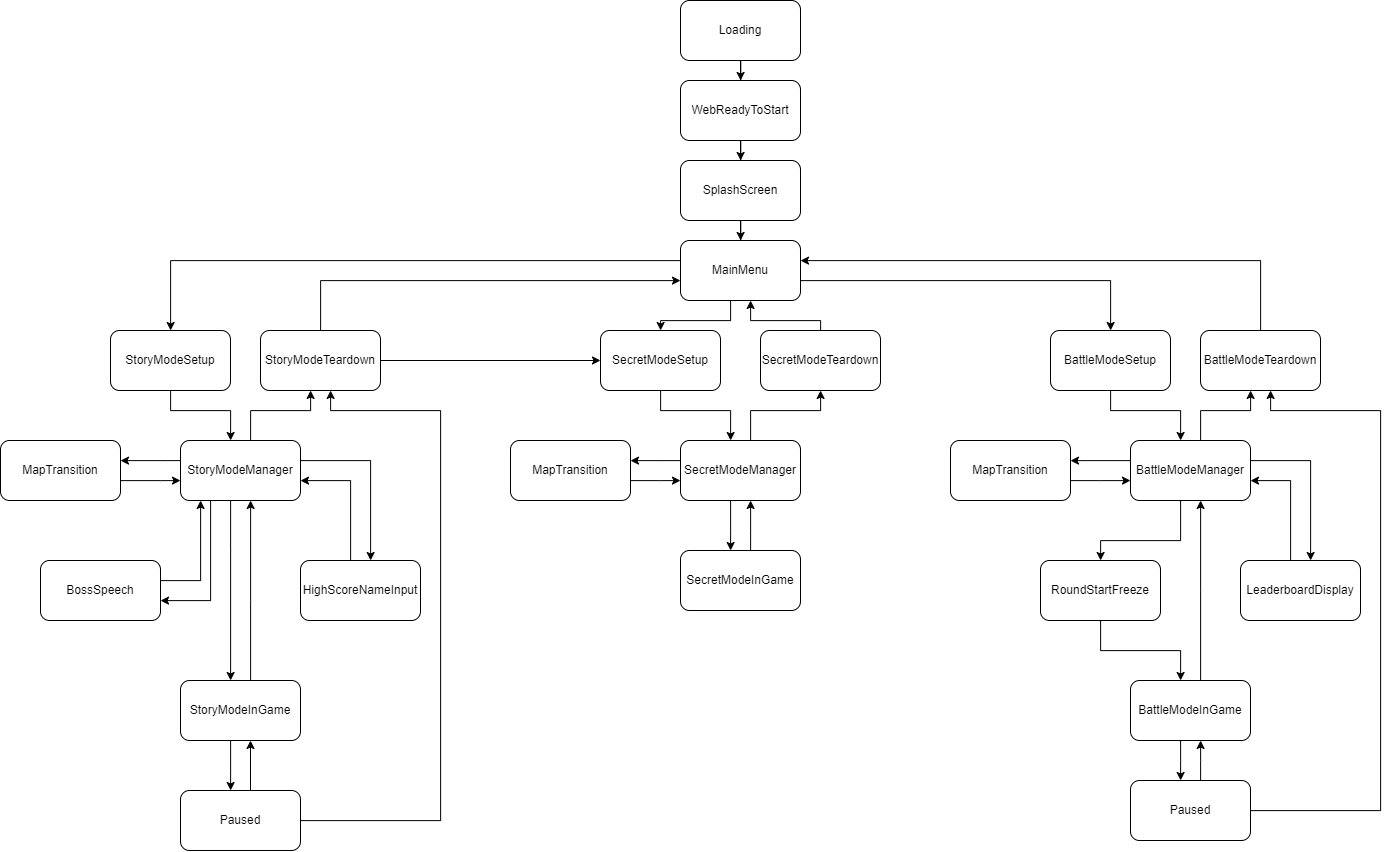
This is doc/states.drawio.png from aleksa2808/ascii-bomb-ecs, a draw.io export, as it was before one commit. Source tidied: cells renumbered, new cells last; positions are measured from the earlier drawing's top-left corner, leaving out a move shared by most shapes. Source of this version:
```xml
<mxGraphModel>
  <root>
    <mxCell id="0" />
    <mxCell id="1" parent="0" />
    <mxCell id="2" style="edgeStyle=orthogonalEdgeStyle;rounded=0;jettySize=auto;html=1;" parent="1" edge="1" source="3" target="5">
      <mxGeometry relative="1" as="geometry" />
    </mxCell>
    <mxCell id="3" value="Loading" style="rounded=1;whiteSpace=wrap;html=1;" parent="1" vertex="1">
      <mxGeometry x="680" width="120" height="60" as="geometry" />
    </mxCell>
    <mxCell id="4" style="edgeStyle=orthogonalEdgeStyle;rounded=0;jettySize=auto;html=1;" parent="1" edge="1" source="5" target="7">
      <mxGeometry relative="1" as="geometry" />
    </mxCell>
    <mxCell id="5" value="WebReadyToStart" style="rounded=1;whiteSpace=wrap;html=1;" parent="1" vertex="1">
      <mxGeometry x="680" y="80" width="120" height="60" as="geometry" />
    </mxCell>
    <mxCell id="6" style="edgeStyle=orthogonalEdgeStyle;rounded=0;jettySize=auto;html=1;" parent="1" edge="1" source="7" target="11">
      <mxGeometry relative="1" as="geometry" />
    </mxCell>
    <mxCell id="7" value="SplashScreen" style="rounded=1;whiteSpace=wrap;html=1;" parent="1" vertex="1">
      <mxGeometry x="680" y="160" width="120" height="60" as="geometry" />
    </mxCell>
    <mxCell id="8" style="edgeStyle=orthogonalEdgeStyle;rounded=0;jettySize=auto;html=1;" parent="1" edge="1" source="11" target="13">
      <mxGeometry relative="1" as="geometry">
        <Array as="points">
          <mxPoint x="170" y="260" />
        </Array>
      </mxGeometry>
    </mxCell>
    <mxCell id="9" style="edgeStyle=orthogonalEdgeStyle;rounded=0;jettySize=auto;html=1;" parent="1" edge="1" source="11" target="33">
      <mxGeometry relative="1" as="geometry">
        <Array as="points">
          <mxPoint x="1110" y="280" />
        </Array>
      </mxGeometry>
    </mxCell>
    <mxCell id="10" style="edgeStyle=orthogonalEdgeStyle;rounded=0;jettySize=auto;html=1;" parent="1" edge="1" source="11" target="57">
      <mxGeometry relative="1" as="geometry">
        <Array as="points">
          <mxPoint x="730" y="320" />
          <mxPoint x="660" y="320" />
        </Array>
      </mxGeometry>
    </mxCell>
    <mxCell id="11" value="MainMenu" style="rounded=1;whiteSpace=wrap;html=1;" parent="1" vertex="1">
      <mxGeometry x="680" y="240" width="120" height="60" as="geometry" />
    </mxCell>
    <mxCell id="12" style="edgeStyle=orthogonalEdgeStyle;rounded=0;jettySize=auto;html=1;" parent="1" edge="1" source="13" target="19">
      <mxGeometry relative="1" as="geometry">
        <Array as="points">
          <mxPoint x="170" y="410" />
          <mxPoint x="230" y="410" />
        </Array>
      </mxGeometry>
    </mxCell>
    <mxCell id="13" value="StoryModeSetup" style="rounded=1;whiteSpace=wrap;html=1;" parent="1" vertex="1">
      <mxGeometry x="110" y="330" width="120" height="60" as="geometry" />
    </mxCell>
    <mxCell id="14" style="edgeStyle=orthogonalEdgeStyle;rounded=0;jettySize=auto;html=1;" parent="1" edge="1" source="19" target="24">
      <mxGeometry relative="1" as="geometry">
        <Array as="points">
          <mxPoint x="160" y="460" />
          <mxPoint x="160" y="460" />
        </Array>
      </mxGeometry>
    </mxCell>
    <mxCell id="15" style="edgeStyle=orthogonalEdgeStyle;rounded=0;jettySize=auto;html=1;" parent="1" edge="1" source="19" target="22">
      <mxGeometry relative="1" as="geometry">
        <Array as="points">
          <mxPoint x="230" y="550" />
          <mxPoint x="230" y="550" />
        </Array>
      </mxGeometry>
    </mxCell>
    <mxCell id="16" style="edgeStyle=orthogonalEdgeStyle;rounded=0;jettySize=auto;html=1;" parent="1" edge="1" source="19" target="26">
      <mxGeometry relative="1" as="geometry">
        <Array as="points">
          <mxPoint x="210" y="600" />
        </Array>
      </mxGeometry>
    </mxCell>
    <mxCell id="17" style="edgeStyle=orthogonalEdgeStyle;rounded=0;jettySize=auto;html=1;" parent="1" edge="1" source="19" target="28">
      <mxGeometry relative="1" as="geometry">
        <Array as="points">
          <mxPoint x="370" y="460" />
        </Array>
      </mxGeometry>
    </mxCell>
    <mxCell id="18" style="edgeStyle=orthogonalEdgeStyle;rounded=0;jettySize=auto;html=1;" parent="1" edge="1" source="19" target="31">
      <mxGeometry relative="1" as="geometry">
        <Array as="points">
          <mxPoint x="250" y="410" />
          <mxPoint x="310" y="410" />
        </Array>
      </mxGeometry>
    </mxCell>
    <mxCell id="19" value="StoryModeManager" style="rounded=1;whiteSpace=wrap;html=1;" parent="1" vertex="1">
      <mxGeometry x="180" y="440" width="120" height="60" as="geometry" />
    </mxCell>
    <mxCell id="20" style="edgeStyle=orthogonalEdgeStyle;rounded=0;jettySize=auto;html=1;" parent="1" edge="1" source="22" target="19">
      <mxGeometry relative="1" as="geometry">
        <Array as="points">
          <mxPoint x="250" y="600" />
          <mxPoint x="250" y="600" />
        </Array>
      </mxGeometry>
    </mxCell>
    <mxCell id="21" style="edgeStyle=orthogonalEdgeStyle;rounded=0;jettySize=auto;html=1;" parent="1" edge="1" source="22" target="52">
      <mxGeometry relative="1" as="geometry">
        <Array as="points">
          <mxPoint x="230" y="770" />
          <mxPoint x="230" y="770" />
        </Array>
      </mxGeometry>
    </mxCell>
    <mxCell id="22" value="StoryModeInGame" style="rounded=1;whiteSpace=wrap;html=1;" parent="1" vertex="1">
      <mxGeometry x="180" y="680" width="120" height="60" as="geometry" />
    </mxCell>
    <mxCell id="23" style="edgeStyle=orthogonalEdgeStyle;rounded=0;jettySize=auto;html=1;" parent="1" edge="1" source="24" target="19">
      <mxGeometry relative="1" as="geometry">
        <Array as="points">
          <mxPoint x="160" y="480" />
          <mxPoint x="160" y="480" />
        </Array>
      </mxGeometry>
    </mxCell>
    <mxCell id="24" value="MapTransition" style="rounded=1;whiteSpace=wrap;html=1;" parent="1" vertex="1">
      <mxGeometry y="440" width="120" height="60" as="geometry" />
    </mxCell>
    <mxCell id="25" style="edgeStyle=orthogonalEdgeStyle;rounded=0;jettySize=auto;html=1;" parent="1" edge="1" source="26" target="19">
      <mxGeometry relative="1" as="geometry">
        <Array as="points">
          <mxPoint x="200" y="580" />
        </Array>
      </mxGeometry>
    </mxCell>
    <mxCell id="26" value="BossSpeech" style="rounded=1;whiteSpace=wrap;html=1;" parent="1" vertex="1">
      <mxGeometry x="40" y="560" width="120" height="60" as="geometry" />
    </mxCell>
    <mxCell id="27" style="edgeStyle=orthogonalEdgeStyle;rounded=0;jettySize=auto;html=1;" parent="1" edge="1" source="28" target="19">
      <mxGeometry relative="1" as="geometry">
        <Array as="points">
          <mxPoint x="350" y="480" />
        </Array>
      </mxGeometry>
    </mxCell>
    <mxCell id="28" value="HighScoreNameInput" style="rounded=1;whiteSpace=wrap;html=1;" parent="1" vertex="1">
      <mxGeometry x="300" y="560" width="120" height="60" as="geometry" />
    </mxCell>
    <mxCell id="29" style="edgeStyle=orthogonalEdgeStyle;rounded=0;jettySize=auto;html=1;" parent="1" edge="1" source="31" target="11">
      <mxGeometry relative="1" as="geometry">
        <Array as="points">
          <mxPoint x="320" y="280" />
        </Array>
      </mxGeometry>
    </mxCell>
    <mxCell id="30" style="edgeStyle=orthogonalEdgeStyle;rounded=0;jettySize=auto;html=1;" parent="1" edge="1" source="31" target="57">
      <mxGeometry relative="1" as="geometry" />
    </mxCell>
    <mxCell id="31" value="StoryModeTeardown" style="rounded=1;whiteSpace=wrap;html=1;" parent="1" vertex="1">
      <mxGeometry x="260" y="330" width="120" height="60" as="geometry" />
    </mxCell>
    <mxCell id="32" style="edgeStyle=orthogonalEdgeStyle;rounded=0;jettySize=auto;html=1;" parent="1" edge="1" source="33" target="38">
      <mxGeometry relative="1" as="geometry">
        <Array as="points">
          <mxPoint x="1110" y="410" />
          <mxPoint x="1180" y="410" />
        </Array>
      </mxGeometry>
    </mxCell>
    <mxCell id="33" value="BattleModeSetup" style="rounded=1;whiteSpace=wrap;html=1;" parent="1" vertex="1">
      <mxGeometry x="1050" y="330" width="120" height="60" as="geometry" />
    </mxCell>
    <mxCell id="34" style="edgeStyle=orthogonalEdgeStyle;rounded=0;jettySize=auto;html=1;" parent="1" edge="1" source="38" target="43">
      <mxGeometry relative="1" as="geometry">
        <Array as="points">
          <mxPoint x="1080" y="460" />
          <mxPoint x="1080" y="460" />
        </Array>
      </mxGeometry>
    </mxCell>
    <mxCell id="35" style="edgeStyle=orthogonalEdgeStyle;rounded=0;jettySize=auto;html=1;" parent="1" edge="1" source="38" target="45">
      <mxGeometry relative="1" as="geometry">
        <Array as="points">
          <mxPoint x="1180" y="540" />
          <mxPoint x="1100" y="540" />
        </Array>
      </mxGeometry>
    </mxCell>
    <mxCell id="36" style="edgeStyle=orthogonalEdgeStyle;rounded=0;jettySize=auto;html=1;" parent="1" edge="1" source="38" target="47">
      <mxGeometry relative="1" as="geometry">
        <Array as="points">
          <mxPoint x="1310" y="460" />
        </Array>
      </mxGeometry>
    </mxCell>
    <mxCell id="37" style="edgeStyle=orthogonalEdgeStyle;rounded=0;jettySize=auto;html=1;" parent="1" edge="1" source="38" target="49">
      <mxGeometry relative="1" as="geometry">
        <Array as="points">
          <mxPoint x="1200" y="410" />
          <mxPoint x="1250" y="410" />
        </Array>
      </mxGeometry>
    </mxCell>
    <mxCell id="38" value="BattleModeManager" style="rounded=1;whiteSpace=wrap;html=1;" parent="1" vertex="1">
      <mxGeometry x="1130" y="440" width="120" height="60" as="geometry" />
    </mxCell>
    <mxCell id="39" style="edgeStyle=orthogonalEdgeStyle;rounded=0;jettySize=auto;html=1;" parent="1" edge="1" source="41" target="38">
      <mxGeometry relative="1" as="geometry">
        <Array as="points">
          <mxPoint x="1200" y="590" />
          <mxPoint x="1200" y="590" />
        </Array>
      </mxGeometry>
    </mxCell>
    <mxCell id="40" style="edgeStyle=orthogonalEdgeStyle;rounded=0;jettySize=auto;html=1;" parent="1" edge="1" source="41" target="55">
      <mxGeometry relative="1" as="geometry">
        <Array as="points">
          <mxPoint x="1180" y="760" />
          <mxPoint x="1180" y="760" />
        </Array>
      </mxGeometry>
    </mxCell>
    <mxCell id="41" value="BattleModeInGame" style="rounded=1;whiteSpace=wrap;html=1;" parent="1" vertex="1">
      <mxGeometry x="1130" y="680" width="120" height="60" as="geometry" />
    </mxCell>
    <mxCell id="42" style="edgeStyle=orthogonalEdgeStyle;rounded=0;jettySize=auto;html=1;" parent="1" edge="1" source="43" target="38">
      <mxGeometry relative="1" as="geometry">
        <Array as="points">
          <mxPoint x="1100" y="480" />
          <mxPoint x="1100" y="480" />
        </Array>
      </mxGeometry>
    </mxCell>
    <mxCell id="43" value="MapTransition" style="rounded=1;whiteSpace=wrap;html=1;" parent="1" vertex="1">
      <mxGeometry x="950" y="440" width="120" height="60" as="geometry" />
    </mxCell>
    <mxCell id="44" style="edgeStyle=orthogonalEdgeStyle;rounded=0;jettySize=auto;html=1;" parent="1" edge="1" source="45" target="41">
      <mxGeometry relative="1" as="geometry">
        <Array as="points">
          <mxPoint x="1100" y="650" />
          <mxPoint x="1180" y="650" />
        </Array>
      </mxGeometry>
    </mxCell>
    <mxCell id="45" value="RoundStartFreeze" style="rounded=1;whiteSpace=wrap;html=1;" parent="1" vertex="1">
      <mxGeometry x="1040" y="560" width="120" height="60" as="geometry" />
    </mxCell>
    <mxCell id="46" style="edgeStyle=orthogonalEdgeStyle;rounded=0;jettySize=auto;html=1;" parent="1" edge="1" source="47" target="38">
      <mxGeometry relative="1" as="geometry">
        <Array as="points">
          <mxPoint x="1290" y="480" />
        </Array>
      </mxGeometry>
    </mxCell>
    <mxCell id="47" value="LeaderboardDisplay" style="rounded=1;whiteSpace=wrap;html=1;" parent="1" vertex="1">
      <mxGeometry x="1240" y="560" width="120" height="60" as="geometry" />
    </mxCell>
    <mxCell id="48" style="edgeStyle=orthogonalEdgeStyle;rounded=0;jettySize=auto;html=1;" parent="1" edge="1" source="49" target="11">
      <mxGeometry relative="1" as="geometry">
        <Array as="points">
          <mxPoint x="1260" y="260" />
        </Array>
      </mxGeometry>
    </mxCell>
    <mxCell id="49" value="BattleModeTeardown" style="rounded=1;whiteSpace=wrap;html=1;" parent="1" vertex="1">
      <mxGeometry x="1200" y="330" width="120" height="60" as="geometry" />
    </mxCell>
    <mxCell id="50" style="edgeStyle=orthogonalEdgeStyle;rounded=0;orthogonalLoop=1;jettySize=auto;html=1;" parent="1" edge="1">
      <mxGeometry relative="1" as="geometry">
        <mxPoint x="250" y="790" as="sourcePoint" />
        <mxPoint x="250" y="740" as="targetPoint" />
      </mxGeometry>
    </mxCell>
    <mxCell id="51" style="edgeStyle=orthogonalEdgeStyle;rounded=0;jettySize=auto;html=1;" parent="1" edge="1" source="52" target="31">
      <mxGeometry relative="1" as="geometry">
        <Array as="points">
          <mxPoint x="440" y="820" />
          <mxPoint x="440" y="410" />
          <mxPoint x="330" y="410" />
        </Array>
      </mxGeometry>
    </mxCell>
    <mxCell id="52" value="Paused" style="rounded=1;whiteSpace=wrap;html=1;" parent="1" vertex="1">
      <mxGeometry x="180" y="790" width="120" height="60" as="geometry" />
    </mxCell>
    <mxCell id="53" style="edgeStyle=orthogonalEdgeStyle;rounded=0;jettySize=auto;html=1;" parent="1" edge="1" source="55" target="41">
      <mxGeometry relative="1" as="geometry">
        <Array as="points">
          <mxPoint x="1200" y="760" />
          <mxPoint x="1200" y="760" />
        </Array>
      </mxGeometry>
    </mxCell>
    <mxCell id="54" style="edgeStyle=orthogonalEdgeStyle;rounded=0;jettySize=auto;html=1;" parent="1" edge="1" source="55" target="49">
      <mxGeometry relative="1" as="geometry">
        <Array as="points">
          <mxPoint x="1380" y="810" />
          <mxPoint x="1380" y="410" />
          <mxPoint x="1270" y="410" />
        </Array>
      </mxGeometry>
    </mxCell>
    <mxCell id="55" value="Paused" style="rounded=1;whiteSpace=wrap;html=1;" parent="1" vertex="1">
      <mxGeometry x="1130" y="780" width="120" height="60" as="geometry" />
    </mxCell>
    <mxCell id="56" style="edgeStyle=orthogonalEdgeStyle;rounded=0;jettySize=auto;html=1;" parent="1" edge="1" source="57" target="61">
      <mxGeometry relative="1" as="geometry">
        <Array as="points">
          <mxPoint x="660" y="410" />
          <mxPoint x="730" y="410" />
        </Array>
      </mxGeometry>
    </mxCell>
    <mxCell id="57" value="SecretModeSetup" style="rounded=1;whiteSpace=wrap;html=1;" parent="1" vertex="1">
      <mxGeometry x="600" y="330" width="120" height="60" as="geometry" />
    </mxCell>
    <mxCell id="58" style="edgeStyle=orthogonalEdgeStyle;rounded=0;jettySize=auto;html=1;" parent="1" edge="1" source="61" target="65">
      <mxGeometry relative="1" as="geometry">
        <Array as="points">
          <mxPoint x="660" y="460" />
          <mxPoint x="660" y="460" />
        </Array>
      </mxGeometry>
    </mxCell>
    <mxCell id="59" style="edgeStyle=orthogonalEdgeStyle;rounded=0;jettySize=auto;html=1;" parent="1" edge="1" source="61" target="63">
      <mxGeometry relative="1" as="geometry">
        <Array as="points">
          <mxPoint x="730" y="530" />
          <mxPoint x="730" y="530" />
        </Array>
      </mxGeometry>
    </mxCell>
    <mxCell id="60" style="edgeStyle=orthogonalEdgeStyle;rounded=0;jettySize=auto;html=1;" parent="1" edge="1" source="61" target="67">
      <mxGeometry relative="1" as="geometry">
        <Array as="points">
          <mxPoint x="750" y="410" />
          <mxPoint x="820" y="410" />
        </Array>
      </mxGeometry>
    </mxCell>
    <mxCell id="61" value="SecretModeManager" style="rounded=1;whiteSpace=wrap;html=1;" parent="1" vertex="1">
      <mxGeometry x="680" y="440" width="120" height="60" as="geometry" />
    </mxCell>
    <mxCell id="62" style="edgeStyle=orthogonalEdgeStyle;rounded=0;jettySize=auto;html=1;" parent="1" edge="1" source="63" target="61">
      <mxGeometry relative="1" as="geometry">
        <Array as="points">
          <mxPoint x="750" y="530" />
          <mxPoint x="750" y="530" />
        </Array>
      </mxGeometry>
    </mxCell>
    <mxCell id="63" value="SecretModeInGame" style="rounded=1;whiteSpace=wrap;html=1;" parent="1" vertex="1">
      <mxGeometry x="680" y="550" width="120" height="60" as="geometry" />
    </mxCell>
    <mxCell id="64" style="edgeStyle=orthogonalEdgeStyle;rounded=0;jettySize=auto;html=1;" parent="1" edge="1" source="65" target="61">
      <mxGeometry relative="1" as="geometry">
        <Array as="points">
          <mxPoint x="660" y="480" />
          <mxPoint x="660" y="480" />
        </Array>
      </mxGeometry>
    </mxCell>
    <mxCell id="65" value="MapTransition" style="rounded=1;whiteSpace=wrap;html=1;" parent="1" vertex="1">
      <mxGeometry x="510" y="440" width="120" height="60" as="geometry" />
    </mxCell>
    <mxCell id="66" style="edgeStyle=orthogonalEdgeStyle;rounded=0;jettySize=auto;html=1;" parent="1" edge="1" source="67" target="11">
      <mxGeometry relative="1" as="geometry">
        <Array as="points">
          <mxPoint x="820" y="320" />
          <mxPoint x="750" y="320" />
        </Array>
      </mxGeometry>
    </mxCell>
    <mxCell id="67" value="SecretModeTeardown" style="rounded=1;whiteSpace=wrap;html=1;" parent="1" vertex="1">
      <mxGeometry x="760" y="330" width="120" height="60" as="geometry" />
    </mxCell>
  </root>
</mxGraphModel>
```
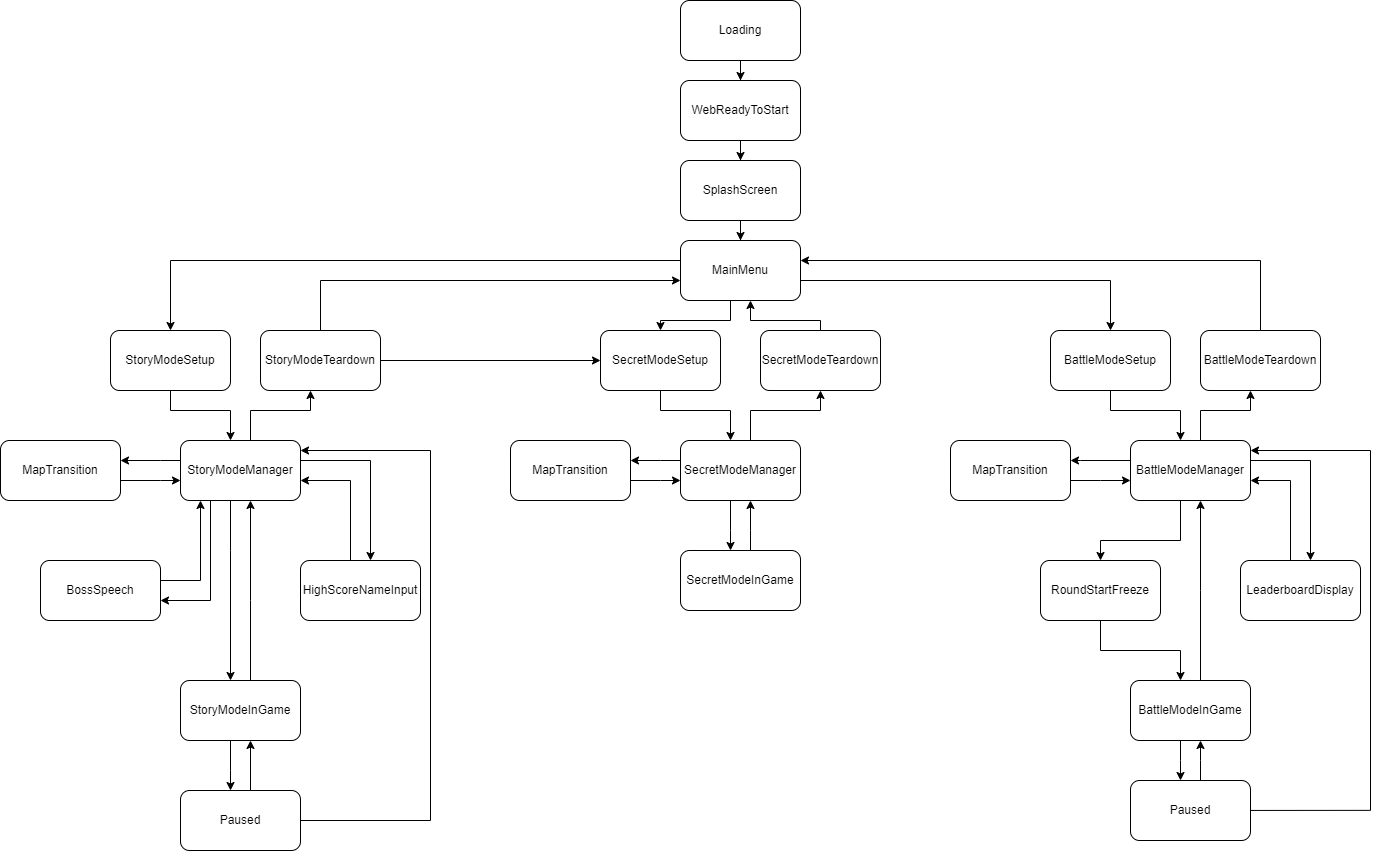
The same diagram one commit later.

The edit, as a diff of the source:
```diff
@@ -272,15 +272,6 @@
         <mxPoint x="250" y="740" as="targetPoint" />
       </mxGeometry>
     </mxCell>
-    <mxCell id="51" style="edgeStyle=orthogonalEdgeStyle;rounded=0;jettySize=auto;html=1;" parent="1" edge="1" source="52" target="31">
-      <mxGeometry relative="1" as="geometry">
-        <Array as="points">
-          <mxPoint x="440" y="820" />
-          <mxPoint x="440" y="410" />
-          <mxPoint x="330" y="410" />
-        </Array>
-      </mxGeometry>
-    </mxCell>
     <mxCell id="52" value="Paused" style="rounded=1;whiteSpace=wrap;html=1;" parent="1" vertex="1">
       <mxGeometry x="180" y="790" width="120" height="60" as="geometry" />
     </mxCell>
@@ -292,15 +283,6 @@
         </Array>
       </mxGeometry>
     </mxCell>
-    <mxCell id="54" style="edgeStyle=orthogonalEdgeStyle;rounded=0;jettySize=auto;html=1;" parent="1" edge="1" source="55" target="49">
-      <mxGeometry relative="1" as="geometry">
-        <Array as="points">
-          <mxPoint x="1380" y="810" />
-          <mxPoint x="1380" y="410" />
-          <mxPoint x="1270" y="410" />
-        </Array>
-      </mxGeometry>
-    </mxCell>
     <mxCell id="55" value="Paused" style="rounded=1;whiteSpace=wrap;html=1;" parent="1" vertex="1">
       <mxGeometry x="1130" y="780" width="120" height="60" as="geometry" />
     </mxCell>
@@ -375,5 +357,22 @@
     <mxCell id="67" value="SecretModeTeardown" style="rounded=1;whiteSpace=wrap;html=1;" parent="1" vertex="1">
       <mxGeometry x="760" y="330" width="120" height="60" as="geometry" />
     </mxCell>
+    <mxCell id="68" style="edgeStyle=orthogonalEdgeStyle;rounded=0;jettySize=auto;html=1;" parent="1" edge="1" source="52" target="19">
+      <mxGeometry relative="1" as="geometry">
+        <Array as="points">
+          <mxPoint x="430" y="820" />
+          <mxPoint x="430" y="450" />
+        </Array>
+      </mxGeometry>
+    </mxCell>
+    <mxCell id="69" style="edgeStyle=orthogonalEdgeStyle;rounded=0;jettySize=auto;html=1;" parent="1" edge="1" target="38">
+      <mxGeometry relative="1" as="geometry">
+        <mxPoint x="1250" y="809.9" as="sourcePoint" />
+        <Array as="points">
+          <mxPoint x="1370" y="810" />
+          <mxPoint x="1370" y="450" />
+        </Array>
+      </mxGeometry>
+    </mxCell>
   </root>
 </mxGraphModel>
```
